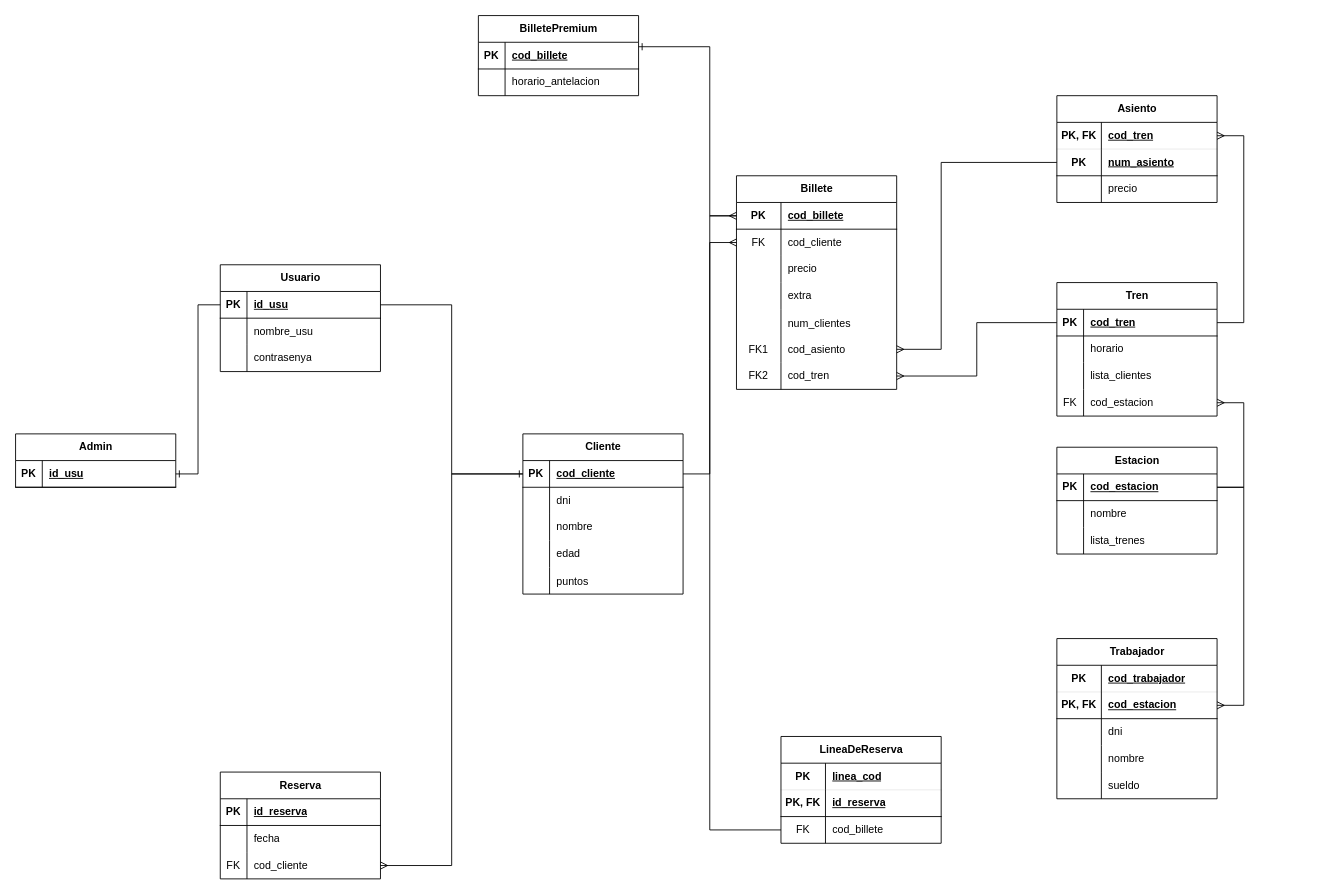
The draw.io diagram Borrador proy final/DIagramaDraw_borrador.drawio in ruizlo04/BorradorProyectoFinal, before the edit. Source tidied: cells renumbered, new cells numbered last; positions are measured from the earlier drawing's top-left corner, leaving out a move shared by most shapes. Both pictures are drawn from the tidied source at 89%, with x=0, y=0 at pixel (15, 15).
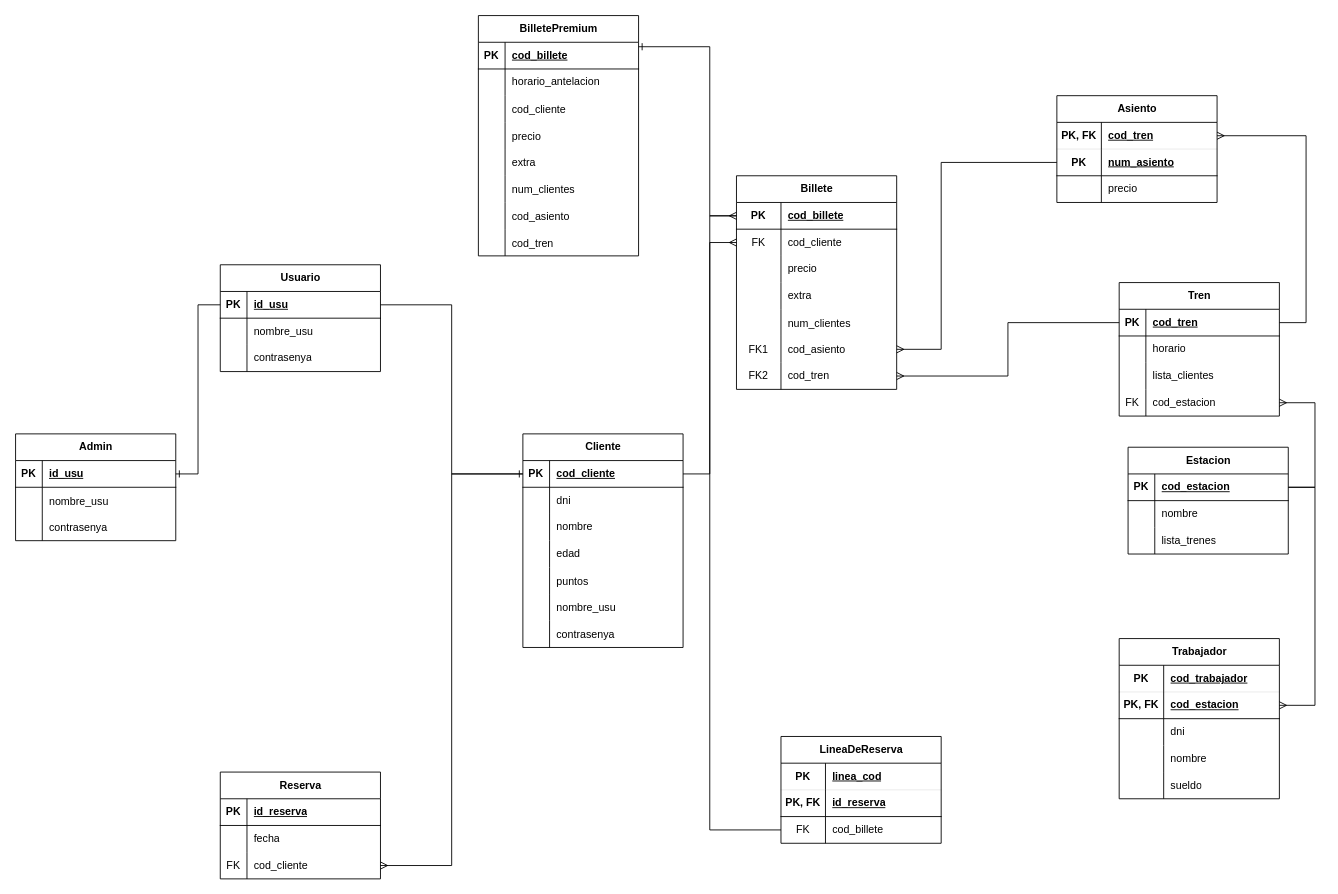
Above is the later version.

Commit message (it also covers changes not shown here):
formulario tren terminado

What changed in the source:
```diff
@@
     <mxCell id="2" value="Cliente" style="shape=table;startSize=30;childLayout=tableLayout;rowLines=0;fontStyle=1;align=center;html=1;" parent="1" vertex="1">
-      <mxGeometry x="570" y="470" width="180" height="180" as="geometry" />
+      <mxGeometry x="570" y="470" width="180" height="240" as="geometry" />
     </mxCell>
@@
+    <mxCell id="141" style="shape=tableRow;horizontal=0;startSize=0;swimlaneHead=0;swimlaneBody=0;fillColor=none;top=0;left=0;right=0;bottom=0;" parent="2" vertex="1">
+      <mxGeometry y="180" width="180" height="30" as="geometry" />
+    </mxCell>
+    <mxCell id="142" style="shape=partialRectangle;fillColor=none;top=0;left=0;bottom=0;right=0;overflow=hidden;" parent="141" vertex="1">
+      <mxGeometry width="30" height="30" as="geometry" />
+    </mxCell>
+    <mxCell id="143" value="nombre_usu" style="shape=partialRectangle;fillColor=none;top=0;left=0;bottom=0;right=0;align=left;spacingLeft=6;overflow=hidden;" parent="141" vertex="1">
+      <mxGeometry x="30" width="150" height="30" as="geometry" />
+    </mxCell>
+    <mxCell id="144" style="shape=tableRow;horizontal=0;startSize=0;swimlaneHead=0;swimlaneBody=0;fillColor=none;top=0;left=0;right=0;bottom=0;" parent="2" vertex="1">
+      <mxGeometry y="210" width="180" height="30" as="geometry" />
+    </mxCell>
+    <mxCell id="145" style="shape=partialRectangle;fillColor=none;top=0;left=0;bottom=0;right=0;overflow=hidden;" parent="144" vertex="1">
+      <mxGeometry width="30" height="30" as="geometry" />
+    </mxCell>
+    <mxCell id="146" value="contrasenya" style="shape=partialRectangle;fillColor=none;top=0;left=0;bottom=0;right=0;align=left;spacingLeft=6;overflow=hidden;" parent="144" vertex="1">
+      <mxGeometry x="30" width="150" height="30" as="geometry" />
+    </mxCell>
@@
     <mxCell id="63" value="Tren" style="shape=table;startSize=30;childLayout=tableLayout;rowLines=0;fontStyle=1;align=center;html=1;" parent="1" vertex="1">
-      <mxGeometry x="1170" y="300" width="180" height="150" as="geometry" />
+      <mxGeometry x="1240" y="300" width="180" height="150" as="geometry" />
     </mxCell>
@@
     <mxCell id="78" value="Estacion" style="shape=table;startSize=30;childLayout=tableLayout;rowLines=0;fontStyle=1;align=center;html=1;" parent="1" vertex="1">
-      <mxGeometry x="1170" y="485" width="180" height="120" as="geometry" />
+      <mxGeometry x="1250" y="485" width="180" height="120" as="geometry" />
     </mxCell>
@@
     <mxCell id="89" value="Trabajador" style="shape=table;startSize=30;childLayout=tableLayout;rowLines=0;fontStyle=1;align=center;html=1;" parent="1" vertex="1">
-      <mxGeometry x="1170" y="700" width="180" height="180" as="geometry" />
+      <mxGeometry x="1240" y="700" width="180" height="180" as="geometry" />
     </mxCell>
@@
     <mxCell id="106" value="BilletePremium" style="shape=table;startSize=30;childLayout=tableLayout;rowLines=0;fontStyle=1;align=center;html=1;" parent="1" vertex="1">
-      <mxGeometry x="520" width="180" height="90" as="geometry" />
+      <mxGeometry x="520" width="180" height="270" as="geometry" />
     </mxCell>
@@
+    <mxCell id="147" style="shape=tableRow;horizontal=0;startSize=0;swimlaneHead=0;swimlaneBody=0;fillColor=none;top=0;left=0;right=0;bottom=0;" parent="106" vertex="1">
+      <mxGeometry y="90" width="180" height="30" as="geometry" />
+    </mxCell>
+    <mxCell id="148" style="shape=partialRectangle;fillColor=none;top=0;left=0;bottom=0;right=0;overflow=hidden;" parent="147" vertex="1">
+      <mxGeometry width="30" height="30" as="geometry" />
+    </mxCell>
+    <mxCell id="149" value="cod_cliente" style="shape=partialRectangle;fillColor=none;top=0;left=0;bottom=0;right=0;align=left;spacingLeft=6;overflow=hidden;" parent="147" vertex="1">
+      <mxGeometry x="30" width="150" height="30" as="geometry" />
+    </mxCell>
+    <mxCell id="150" style="shape=tableRow;horizontal=0;startSize=0;swimlaneHead=0;swimlaneBody=0;fillColor=none;top=0;left=0;right=0;bottom=0;" parent="106" vertex="1">
+      <mxGeometry y="120" width="180" height="30" as="geometry" />
+    </mxCell>
+    <mxCell id="151" style="shape=partialRectangle;fillColor=none;top=0;left=0;bottom=0;right=0;overflow=hidden;" parent="150" vertex="1">
+      <mxGeometry width="30" height="30" as="geometry" />
+    </mxCell>
+    <mxCell id="152" value="precio" style="shape=partialRectangle;fillColor=none;top=0;left=0;bottom=0;right=0;align=left;spacingLeft=6;overflow=hidden;" parent="150" vertex="1">
+      <mxGeometry x="30" width="150" height="30" as="geometry" />
+    </mxCell>
+    <mxCell id="153" style="shape=tableRow;horizontal=0;startSize=0;swimlaneHead=0;swimlaneBody=0;fillColor=none;top=0;left=0;right=0;bottom=0;" parent="106" vertex="1">
+      <mxGeometry y="150" width="180" height="30" as="geometry" />
+    </mxCell>
+    <mxCell id="154" style="shape=partialRectangle;fillColor=none;top=0;left=0;bottom=0;right=0;overflow=hidden;" parent="153" vertex="1">
+      <mxGeometry width="30" height="30" as="geometry" />
+    </mxCell>
+    <mxCell id="155" value="extra" style="shape=partialRectangle;fillColor=none;top=0;left=0;bottom=0;right=0;align=left;spacingLeft=6;overflow=hidden;" parent="153" vertex="1">
+      <mxGeometry x="30" width="150" height="30" as="geometry" />
+    </mxCell>
+    <mxCell id="156" style="shape=tableRow;horizontal=0;startSize=0;swimlaneHead=0;swimlaneBody=0;fillColor=none;top=0;left=0;right=0;bottom=0;" parent="106" vertex="1">
+      <mxGeometry y="180" width="180" height="30" as="geometry" />
+    </mxCell>
+    <mxCell id="157" style="shape=partialRectangle;fillColor=none;top=0;left=0;bottom=0;right=0;overflow=hidden;" parent="156" vertex="1">
+      <mxGeometry width="30" height="30" as="geometry" />
+    </mxCell>
+    <mxCell id="158" value="num_clientes" style="shape=partialRectangle;fillColor=none;top=0;left=0;bottom=0;right=0;align=left;spacingLeft=6;overflow=hidden;" parent="156" vertex="1">
+      <mxGeometry x="30" width="150" height="30" as="geometry" />
+    </mxCell>
+    <mxCell id="159" style="shape=tableRow;horizontal=0;startSize=0;swimlaneHead=0;swimlaneBody=0;fillColor=none;top=0;left=0;right=0;bottom=0;" parent="106" vertex="1">
+      <mxGeometry y="210" width="180" height="30" as="geometry" />
+    </mxCell>
+    <mxCell id="160" style="shape=partialRectangle;fillColor=none;top=0;left=0;bottom=0;right=0;overflow=hidden;" parent="159" vertex="1">
+      <mxGeometry width="30" height="30" as="geometry" />
+    </mxCell>
+    <mxCell id="161" value="cod_asiento" style="shape=partialRectangle;fillColor=none;top=0;left=0;bottom=0;right=0;align=left;spacingLeft=6;overflow=hidden;" parent="159" vertex="1">
+      <mxGeometry x="30" width="150" height="30" as="geometry" />
+    </mxCell>
+    <mxCell id="162" style="shape=tableRow;horizontal=0;startSize=0;swimlaneHead=0;swimlaneBody=0;fillColor=none;top=0;left=0;right=0;bottom=0;" parent="106" vertex="1">
+      <mxGeometry y="240" width="180" height="30" as="geometry" />
+    </mxCell>
+    <mxCell id="163" style="shape=partialRectangle;fillColor=none;top=0;left=0;bottom=0;right=0;overflow=hidden;" parent="162" vertex="1">
+      <mxGeometry width="30" height="30" as="geometry" />
+    </mxCell>
+    <mxCell id="164" value="cod_tren" style="shape=partialRectangle;fillColor=none;top=0;left=0;bottom=0;right=0;align=left;spacingLeft=6;overflow=hidden;" parent="162" vertex="1">
+      <mxGeometry x="30" width="150" height="30" as="geometry" />
+    </mxCell>
@@
     <mxCell id="136" value="Admin" style="shape=table;startSize=30;childLayout=tableLayout;rowLines=0;fontStyle=1;align=center;html=1;" parent="1" vertex="1">
-      <mxGeometry y="470" width="180" height="60" as="geometry" />
+      <mxGeometry y="470" width="180" height="120" as="geometry" />
     </mxCell>
@@
+    <mxCell id="165" style="shape=tableRow;horizontal=0;startSize=0;swimlaneHead=0;swimlaneBody=0;fillColor=none;top=0;left=0;right=0;bottom=0;" parent="136" vertex="1">
+      <mxGeometry y="60" width="180" height="30" as="geometry" />
+    </mxCell>
+    <mxCell id="166" style="shape=partialRectangle;fillColor=none;top=0;left=0;bottom=0;right=0;overflow=hidden;" parent="165" vertex="1">
+      <mxGeometry width="30" height="30" as="geometry" />
+    </mxCell>
+    <mxCell id="167" value="nombre_usu" style="shape=partialRectangle;fillColor=none;top=0;left=0;bottom=0;right=0;align=left;spacingLeft=6;overflow=hidden;" parent="165" vertex="1">
+      <mxGeometry x="30" width="150" height="30" as="geometry" />
+    </mxCell>
+    <mxCell id="168" style="shape=tableRow;horizontal=0;startSize=0;swimlaneHead=0;swimlaneBody=0;fillColor=none;top=0;left=0;right=0;bottom=0;" parent="136" vertex="1">
+      <mxGeometry y="90" width="180" height="30" as="geometry" />
+    </mxCell>
+    <mxCell id="169" style="shape=partialRectangle;fillColor=none;top=0;left=0;bottom=0;right=0;overflow=hidden;" parent="168" vertex="1">
+      <mxGeometry width="30" height="30" as="geometry" />
+    </mxCell>
+    <mxCell id="170" value="contrasenya" style="shape=partialRectangle;fillColor=none;top=0;left=0;bottom=0;right=0;align=left;spacingLeft=6;overflow=hidden;" parent="168" vertex="1">
+      <mxGeometry x="30" width="150" height="30" as="geometry" />
+    </mxCell>
```
